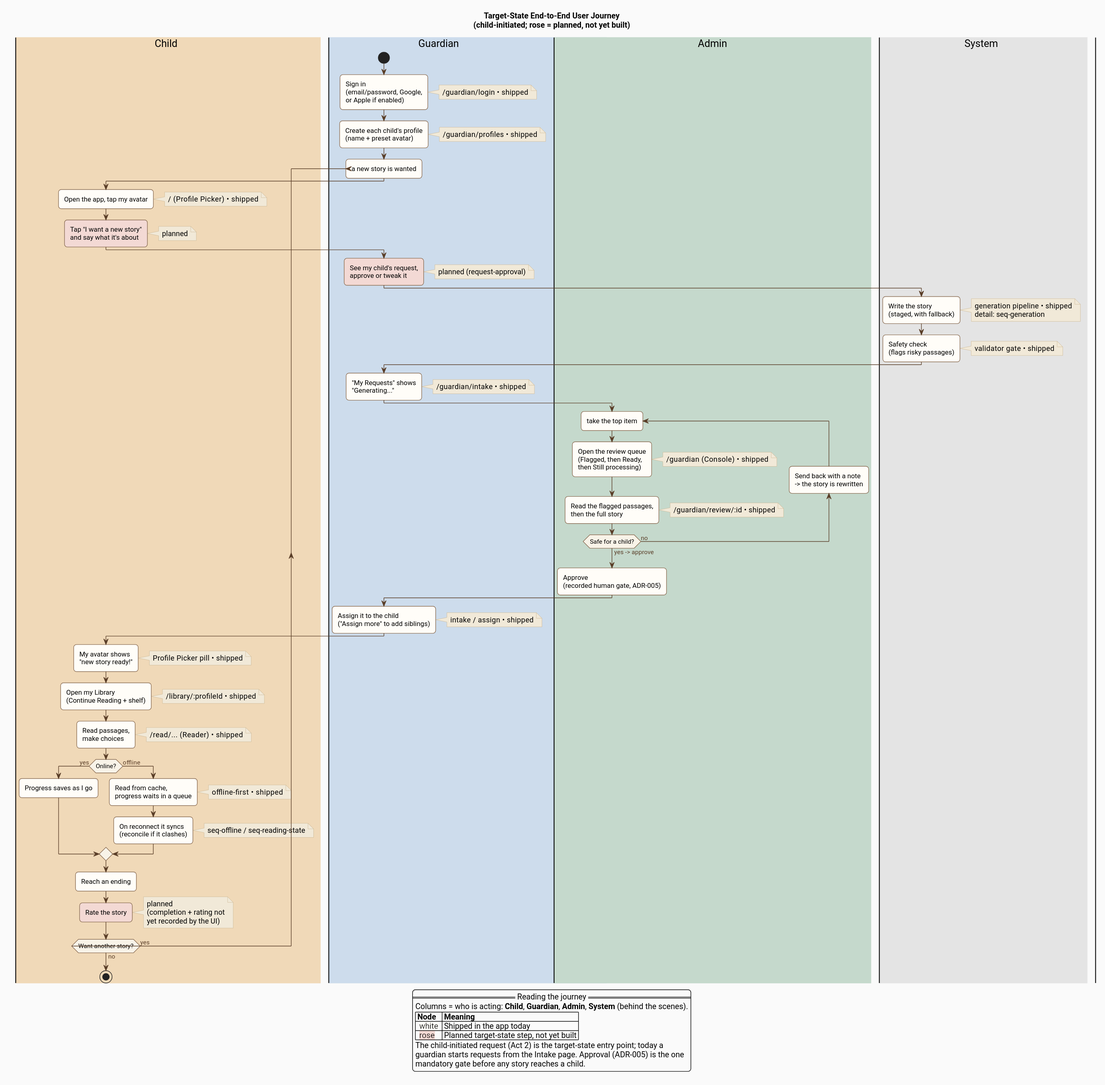
Earlier version of the PlantUML export docs/architecture/diagrams/journey-end-to-end.svg (ByronWilliamsCPA/cyo-adventure).
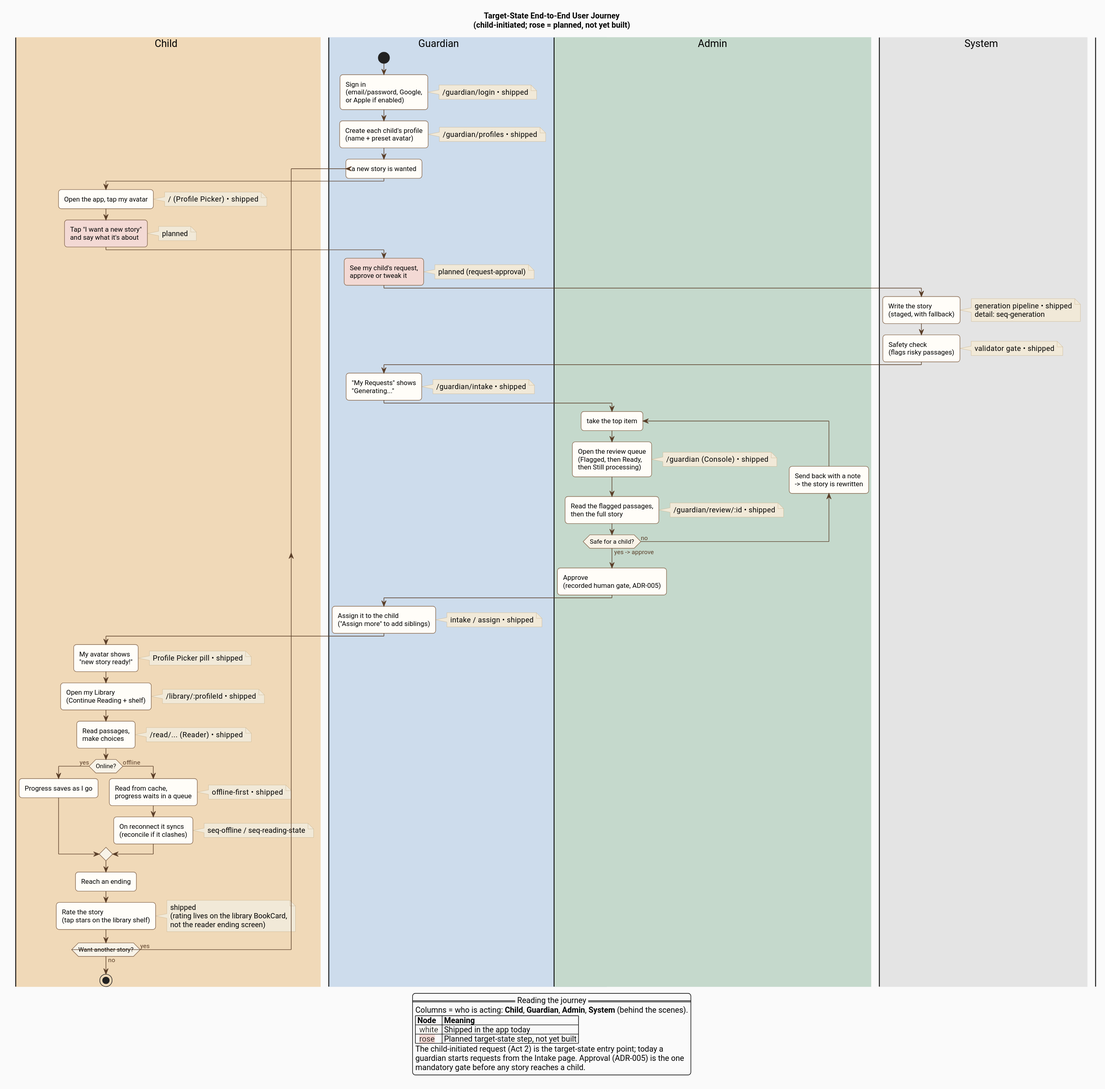
After the change.

Commit message:
docs(architecture): add zoomed per-surface and test-coverage journey diagrams

What changed in the source:
```diff
@@ -99,8 +99,9 @@
   note right: seq-offline / seq-reading-state
 endif
 :Reach an ending;
-#F3D9D4:Rate the story;
-note right: planned\n(completion + rating not\nyet recorded by the UI)
+:Rate the story
+(tap stars on the library shelf);
+note right: shipped\n(rating lives on the library BookCard,\nnot the reader ending screen)
 
 repeat while (Want another story?) is (yes) not (no)
 |Child|
```
